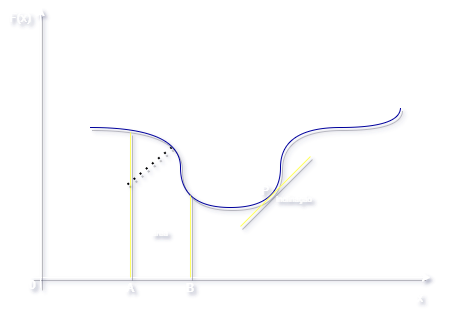
Before: Fenomenos/img/calculo1.png, a diagram exported from draw.io (frankalcantara/Aulas). Source tidied: cells renumbered, new cells last; positions are measured from the earlier drawing's top-left corner, leaving out a move shared by most shapes. The source it was exported from:
```xml
<mxGraphModel background="#000000" shadow="1">
  <root>
    <mxCell id="0" />
    <mxCell id="1" parent="0" />
    <mxCell id="2" style="endArrow=classic;html=1;shadow=1;strokeColor=#FFFFFF;" parent="1" edge="1">
      <mxGeometry relative="1" as="geometry">
        <mxPoint x="30" y="270" as="sourcePoint" />
        <mxPoint x="430" y="270" as="targetPoint" />
      </mxGeometry>
    </mxCell>
    <mxCell id="3" style="endArrow=classic;html=1;shadow=1;strokeColor=#FFFFFF;" parent="1" edge="1">
      <mxGeometry relative="1" as="geometry">
        <mxPoint x="40" y="280" as="sourcePoint" />
        <mxPoint x="40" as="targetPoint" />
      </mxGeometry>
    </mxCell>
    <mxCell id="4" value="&lt;font color=&quot;#ffffff&quot;&gt;F(x)&lt;/font&gt;" style="text;html=1;strokeColor=none;fillColor=none;align=center;verticalAlign=middle;whiteSpace=wrap;rounded=0;shadow=1;" parent="1" vertex="1">
      <mxGeometry width="40" height="20" as="geometry" />
    </mxCell>
    <mxCell id="5" value="&lt;font color=&quot;#ffffff&quot;&gt;x&lt;/font&gt;" style="text;html=1;strokeColor=none;fillColor=none;align=center;verticalAlign=middle;whiteSpace=wrap;rounded=0;shadow=1;" parent="1" vertex="1">
      <mxGeometry x="400" y="280" width="40" height="20" as="geometry" />
    </mxCell>
    <mxCell id="6" style="endArrow=none;html=1;shadow=1;strokeColor=#00009C;strokeWidth=1;edgeStyle=orthogonalEdgeStyle;curved=1;" parent="1" edge="1">
      <mxGeometry relative="1" as="geometry">
        <mxPoint x="90" y="120" as="sourcePoint" />
        <mxPoint x="400" y="100" as="targetPoint" />
        <Array as="points">
          <mxPoint x="180" y="120" />
          <mxPoint x="180" y="200" />
          <mxPoint x="280" y="200" />
          <mxPoint x="280" y="120" />
          <mxPoint x="400" y="120" />
        </Array>
      </mxGeometry>
    </mxCell>
    <mxCell id="7" style="endArrow=none;html=1;shadow=1;strokeWidth=1;strokeColor=#FFFF66;" parent="1" edge="1">
      <mxGeometry relative="1" as="geometry">
        <mxPoint x="130" y="270" as="sourcePoint" />
        <mxPoint x="130" y="125" as="targetPoint" />
      </mxGeometry>
    </mxCell>
    <mxCell id="8" style="endArrow=none;html=1;shadow=1;strokeWidth=1;strokeColor=#FFFF66;" parent="1" edge="1">
      <mxGeometry relative="1" as="geometry">
        <mxPoint x="190" y="270" as="sourcePoint" />
        <mxPoint x="190" y="188" as="targetPoint" />
      </mxGeometry>
    </mxCell>
    <mxCell id="9" value="&lt;font color=&quot;#ffffff&quot;&gt;A&lt;/font&gt;" style="text;html=1;strokeColor=none;fillColor=none;align=center;verticalAlign=middle;whiteSpace=wrap;rounded=0;shadow=1;" parent="1" vertex="1">
      <mxGeometry x="110" y="270" width="40" height="20" as="geometry" />
    </mxCell>
    <mxCell id="10" value="&lt;font color=&quot;#ffffff&quot;&gt;B&lt;/font&gt;" style="text;html=1;strokeColor=none;fillColor=none;align=center;verticalAlign=middle;whiteSpace=wrap;rounded=0;shadow=1;" parent="1" vertex="1">
      <mxGeometry x="170" y="270" width="40" height="20" as="geometry" />
    </mxCell>
    <mxCell id="11" style="endArrow=none;html=1;shadow=1;strokeWidth=1;strokeColor=#FFFF66;" parent="1" edge="1">
      <mxGeometry relative="1" as="geometry">
        <mxPoint x="240" y="219" as="sourcePoint" />
        <mxPoint x="310" y="149" as="targetPoint" />
      </mxGeometry>
    </mxCell>
    <mxCell id="12" value="&lt;font color=&quot;#ffffff&quot;&gt;P&lt;/font&gt;" style="text;html=1;strokeColor=none;fillColor=none;align=center;verticalAlign=middle;whiteSpace=wrap;rounded=0;shadow=1;" parent="1" vertex="1">
      <mxGeometry x="245" y="173" width="40" height="20" as="geometry" />
    </mxCell>
    <mxCell id="13" style="endArrow=none;dashed=1;html=1;dashPattern=1 3;strokeWidth=2;shadow=1;" parent="1" edge="1">
      <mxGeometry relative="1" as="geometry">
        <mxPoint x="127" y="177" as="sourcePoint" />
        <mxPoint x="171" y="140" as="targetPoint" />
      </mxGeometry>
    </mxCell>
    <mxCell id="14" value="&lt;font color=&quot;#ffffff&quot; style=&quot;font-size: 8px&quot;&gt;área&lt;/font&gt;" style="text;html=1;strokeColor=none;fillColor=none;align=center;verticalAlign=middle;whiteSpace=wrap;rounded=0;shadow=1;" parent="1" vertex="1">
      <mxGeometry x="140" y="214" width="40" height="20" as="geometry" />
    </mxCell>
    <mxCell id="15" value="&lt;font color=&quot;#ffffff&quot;&gt;&lt;span style=&quot;font-size: 8px&quot;&gt;inclinação&lt;/span&gt;&lt;/font&gt;" style="text;html=1;strokeColor=none;fillColor=none;align=center;verticalAlign=middle;whiteSpace=wrap;rounded=0;shadow=1;" parent="1" vertex="1">
      <mxGeometry x="274" y="180" width="40" height="20" as="geometry" />
    </mxCell>
    <mxCell id="16" value="&lt;font color=&quot;#ffffff&quot;&gt;0&lt;/font&gt;" style="text;html=1;strokeColor=none;fillColor=none;align=center;verticalAlign=middle;whiteSpace=wrap;rounded=0;shadow=1;" parent="1" vertex="1">
      <mxGeometry x="12" y="267" width="40" height="20" as="geometry" />
    </mxCell>
  </root>
</mxGraphModel>
```
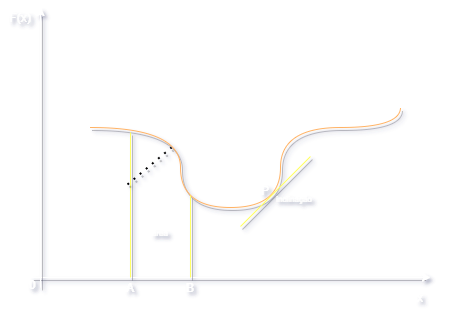
After the change.

Commit message:
correção da imagem

Diff of the diagram source:
```diff
@@ -20,7 +20,7 @@
     <mxCell id="5" value="&lt;font color=&quot;#ffffff&quot;&gt;x&lt;/font&gt;" style="text;html=1;strokeColor=none;fillColor=none;align=center;verticalAlign=middle;whiteSpace=wrap;rounded=0;shadow=1;" parent="1" vertex="1">
       <mxGeometry x="400" y="280" width="40" height="20" as="geometry" />
     </mxCell>
-    <mxCell id="6" style="endArrow=none;html=1;shadow=1;strokeColor=#00009C;strokeWidth=1;edgeStyle=orthogonalEdgeStyle;curved=1;" parent="1" edge="1">
+    <mxCell id="6" style="endArrow=none;html=1;shadow=1;strokeWidth=1;edgeStyle=orthogonalEdgeStyle;curved=1;strokeColor=#FFB366;" parent="1" edge="1">
       <mxGeometry relative="1" as="geometry">
         <mxPoint x="90" y="120" as="sourcePoint" />
         <mxPoint x="400" y="100" as="targetPoint" />
```
